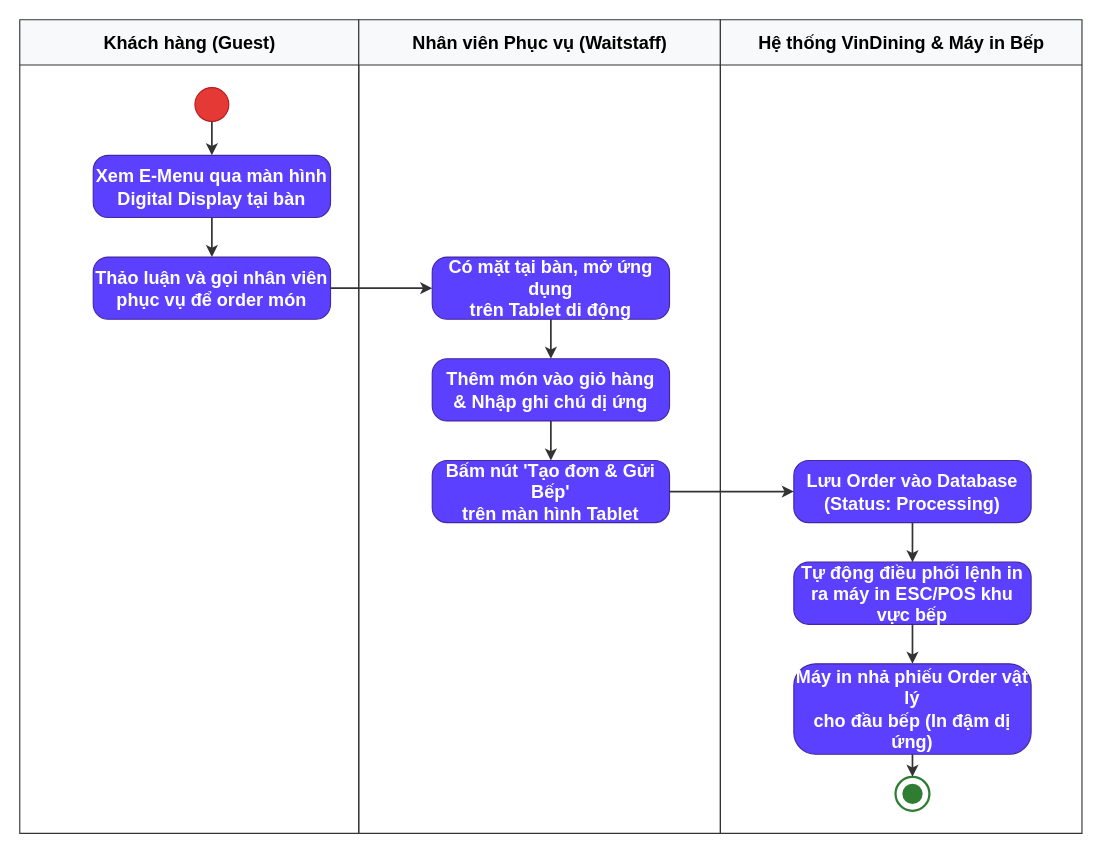
Earlier version of the draw.io diagram docs/phase1/drawio/ad02_waitstaff_ordering.drawio (AndrewQng/VinDining). Source tidied: cells renumbered, new cells numbered last; positions are measured from the earlier drawing's top-left corner, leaving out a move shared by most shapes. Both pictures are drawn from the tidied source at 113%, with x=0, y=0 at pixel (19, 19).
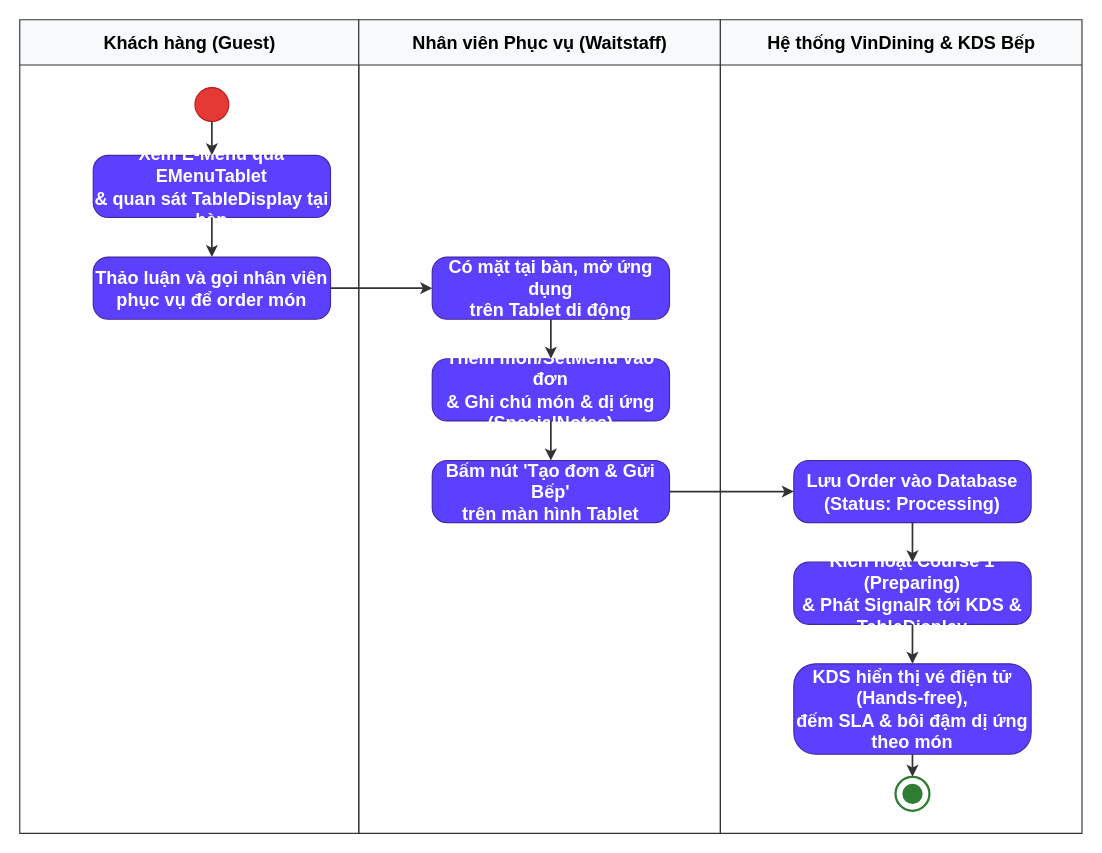
After the change.

The change refers to these unchanged cells:
```xml
<mxCell id="2" value="Khách hàng (Guest)" style="swimlane;html=1;startSize=40;horizontal=1;fontStyle=1;fontSize=16;align=center;verticalAlign=middle;fillColor=#f8f9fa;strokeColor=#333333;swimlaneLine=1;" parent="1" vertex="1">
  <mxGeometry width="300" height="720" as="geometry" />
</mxCell>
<mxCell id="6" value="Nhân viên Phục vụ (Waitstaff)" style="swimlane;html=1;startSize=40;horizontal=1;fontStyle=1;fontSize=16;align=center;verticalAlign=middle;fillColor=#f8f9fa;strokeColor=#333333;swimlaneLine=1;" parent="1" vertex="1">
  <mxGeometry x="300" width="320" height="720" as="geometry" />
</mxCell>
```

Diff of the diagram source:
```diff
@@
-    <mxCell id="4" value="Xem E-Menu qua màn hình&#10;Digital Display tại bàn" style="rounded=1;arcSize=24;whiteSpace=wrap;html=1;fillColor=#5b40ff;strokeColor=#4527a0;fontColor=#ffffff;fontStyle=1;fontSize=16;align=center;verticalAlign=middle;" parent="2" vertex="1">
+    <mxCell id="4" value="Xem E-Menu qua EMenuTablet&#10;&amp;amp; quan sát TableDisplay tại bàn" style="rounded=1;arcSize=24;whiteSpace=wrap;html=1;fillColor=#5b40ff;strokeColor=#4527a0;fontColor=#ffffff;fontStyle=1;fontSize=16;align=center;verticalAlign=middle;" parent="2" vertex="1">
       <mxGeometry x="65" y="120" width="210" height="55" as="geometry" />
     </mxCell>
@@
-    <mxCell id="8" value="Thêm món vào giỏ hàng&#10;&amp;amp; Nhập ghi chú dị ứng" style="rounded=1;arcSize=24;whiteSpace=wrap;html=1;fillColor=#5b40ff;strokeColor=#4527a0;fontColor=#ffffff;fontStyle=1;fontSize=16;align=center;verticalAlign=middle;" parent="6" vertex="1">
+    <mxCell id="8" value="Thêm món/SetMenu vào đơn&#10;&amp;amp; Ghi chú món &amp;amp; dị ứng (SpecialNotes)" style="rounded=1;arcSize=24;whiteSpace=wrap;html=1;fillColor=#5b40ff;strokeColor=#4527a0;fontColor=#ffffff;fontStyle=1;fontSize=16;align=center;verticalAlign=middle;" parent="6" vertex="1">
       <mxGeometry x="65" y="300" width="210" height="55" as="geometry" />
     </mxCell>
@@
-    <mxCell id="10" value="Hệ thống VinDining &amp;amp; Máy in Bếp" style="swimlane;html=1;startSize=40;horizontal=1;fontStyle=1;fontSize=16;align=center;verticalAlign=middle;fillColor=#f8f9fa;strokeColor=#333333;swimlaneLine=1;" parent="1" vertex="1">
+    <mxCell id="10" value="Hệ thống VinDining &amp;amp; KDS Bếp" style="swimlane;html=1;startSize=40;horizontal=1;fontStyle=1;fontSize=16;align=center;verticalAlign=middle;fillColor=#f8f9fa;strokeColor=#333333;swimlaneLine=1;" parent="1" vertex="1">
       <mxGeometry x="620" width="320" height="720" as="geometry" />
     </mxCell>
@@
-    <mxCell id="12" value="Tự động điều phối lệnh in&#10;ra máy in ESC/POS khu vực bếp" style="rounded=1;arcSize=24;whiteSpace=wrap;html=1;fillColor=#5b40ff;strokeColor=#4527a0;fontColor=#ffffff;fontStyle=1;fontSize=16;align=center;verticalAlign=middle;" parent="10" vertex="1">
+    <mxCell id="12" value="Kích hoạt Course 1 (Preparing)&#10;&amp;amp; Phát SignalR tới KDS &amp;amp; TableDisplay" style="rounded=1;arcSize=24;whiteSpace=wrap;html=1;fillColor=#5b40ff;strokeColor=#4527a0;fontColor=#ffffff;fontStyle=1;fontSize=16;align=center;verticalAlign=middle;" parent="10" vertex="1">
       <mxGeometry x="65" y="480" width="210" height="55" as="geometry" />
     </mxCell>
-    <mxCell id="13" value="Máy in nhả phiếu Order vật lý&#10;cho đầu bếp (In đậm dị ứng)" style="rounded=1;arcSize=24;whiteSpace=wrap;html=1;fillColor=#5b40ff;strokeColor=#4527a0;fontColor=#ffffff;fontStyle=1;fontSize=16;align=center;verticalAlign=middle;" parent="10" vertex="1">
+    <mxCell id="13" value="KDS hiển thị vé điện tử (Hands-free),&#10;đếm SLA &amp;amp; bôi đậm dị ứng theo món" style="rounded=1;arcSize=24;whiteSpace=wrap;html=1;fillColor=#5b40ff;strokeColor=#4527a0;fontColor=#ffffff;fontStyle=1;fontSize=16;align=center;verticalAlign=middle;" parent="10" vertex="1">
       <mxGeometry x="65" y="570" width="210" height="80" as="geometry" />
     </mxCell>
```
